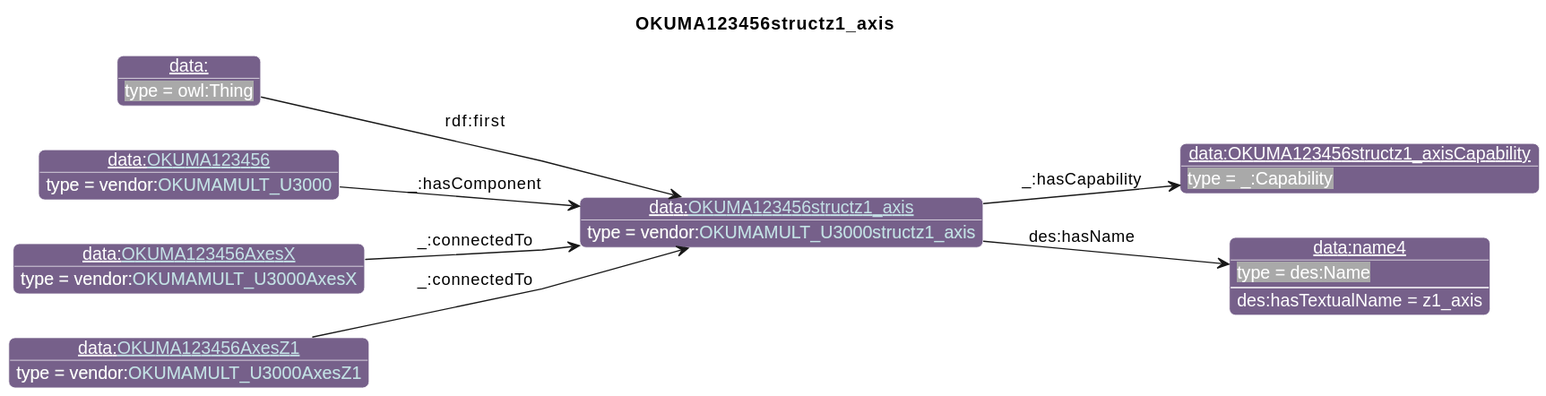
The PlantUML diagram diagrams/OKUMA123456structz1_axis.svg in iofoundry/example-syseng-mtconnect, before a commit.
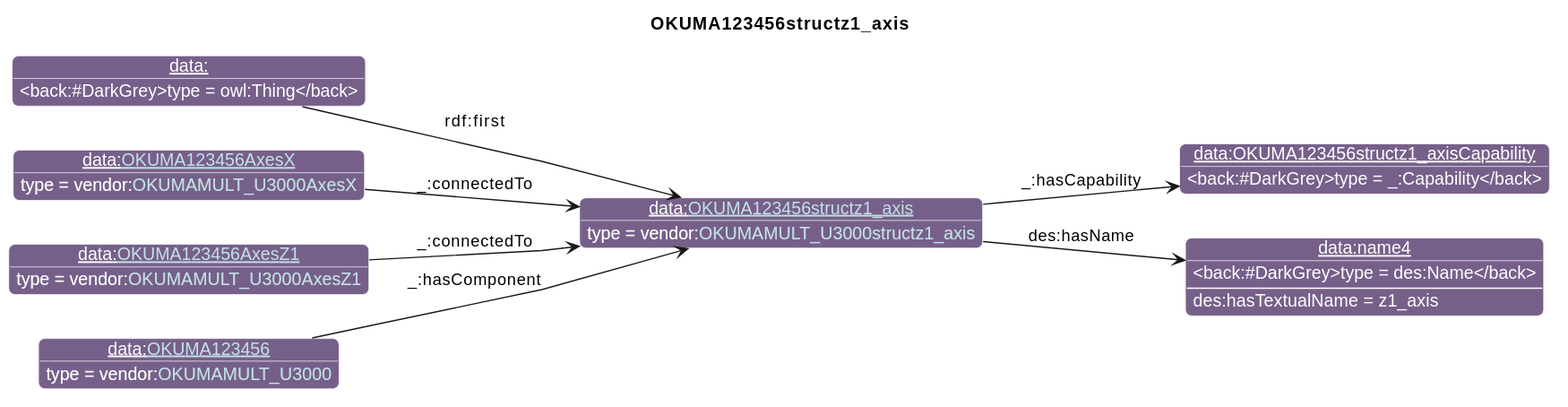
The same diagram one commit later.

Change to the diagram source:
```diff
@@ -29,14 +29,14 @@
 individual(o1, data:OKUMA123456structz1_axisCapability, _:Capability)
 individual(o2, data:name4, des:Name)
 individual(o3, data:, owl:Thing)
-individual(o4, data:[[./OKUMA123456.html OKUMA123456]], vendor:[[../OKUMA.html#OKUMAMULT_U3000 OKUMAMULT_U3000]])
-individual(o5, data:[[./OKUMA123456AxesX.html OKUMA123456AxesX]], vendor:[[../OKUMA.html#OKUMAMULT_U3000AxesX OKUMAMULT_U3000AxesX]])
-individual(o6, data:[[./OKUMA123456AxesZ1.html OKUMA123456AxesZ1]], vendor:[[../OKUMA.html#OKUMAMULT_U3000AxesZ1 OKUMAMULT_U3000AxesZ1]])
+individual(o4, data:[[./OKUMA123456AxesX.html OKUMA123456AxesX]], vendor:[[../OKUMA.html#OKUMAMULT_U3000AxesX OKUMAMULT_U3000AxesX]])
+individual(o5, data:[[./OKUMA123456AxesZ1.html OKUMA123456AxesZ1]], vendor:[[../OKUMA.html#OKUMAMULT_U3000AxesZ1 OKUMAMULT_U3000AxesZ1]])
+individual(o6, data:[[./OKUMA123456.html OKUMA123456]], vendor:[[../OKUMA.html#OKUMAMULT_U3000 OKUMAMULT_U3000]])
 property(o0, "_:hasCapability", o1)
 property(o0, "des:hasName", o2)
 data(o2, "des:hasTextualName", "z1_axis")
 property(o3, "rdf:first", o0)
-property(o4, "_:hasComponent", o0)
+property(o4, "_:connectedTo", o0)
 property(o5, "_:connectedTo", o0)
-property(o6, "_:connectedTo", o0)
+property(o6, "_:hasComponent", o0)
 @enduml
```
